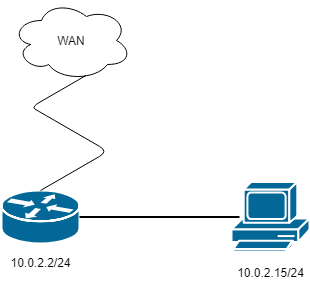
This is cwiczenia-1/Schemat_sieci.png from csterkowiec/sk-2019, a draw.io export, as it was before one commit. Source tidied: cells renumbered, new cells last; positions are measured from the earlier drawing's top-left corner, leaving out a move shared by most shapes. The source it was exported from:
```xml
<mxGraphModel background="#ffffff">
  <root>
    <mxCell id="0" />
    <mxCell id="1" parent="0" />
    <mxCell id="2" style="shape=mxgraph.cisco.computers_and_peripherals.pc;html=1;dashed=0;fillColor=#036897;strokeColor=#ffffff;strokeWidth=2;verticalLabelPosition=bottom;verticalAlign=top;align=center;outlineConnect=0;" parent="1" vertex="1">
      <mxGeometry x="230" y="181.5" width="78" height="70" as="geometry" />
    </mxCell>
    <mxCell id="3" style="shape=mxgraph.cisco.routers.router;html=1;dashed=0;fillColor=#036897;strokeColor=#ffffff;strokeWidth=2;verticalLabelPosition=bottom;verticalAlign=top;align=center;outlineConnect=0;" parent="1" vertex="1">
      <mxGeometry y="190" width="78" height="53" as="geometry" />
    </mxCell>
    <mxCell id="4" value="WAN" style="ellipse;shape=cloud;whiteSpace=wrap;html=1;" parent="1" vertex="1">
      <mxGeometry x="10" width="120" height="80" as="geometry" />
    </mxCell>
    <mxCell id="5" style="edgeStyle=isometricEdgeStyle;endArrow=none;html=1;exitX=0.5;exitY=0;exitDx=0;exitDy=0;exitPerimeter=0;" parent="1" edge="1" source="3">
      <mxGeometry relative="1" as="geometry">
        <mxPoint x="84.5" y="75" as="targetPoint" />
        <Array as="points">
          <mxPoint x="44.5" y="115" />
        </Array>
      </mxGeometry>
    </mxCell>
    <mxCell id="6" style="line;strokeWidth=2;html=1;" parent="1" vertex="1">
      <mxGeometry x="78" y="211.5" width="160" height="10" as="geometry" />
    </mxCell>
    <mxCell id="7" value="10.0.2.2/24" style="text;html=1;strokeColor=none;fillColor=none;align=center;verticalAlign=middle;whiteSpace=wrap;rounded=0;" parent="1" vertex="1">
      <mxGeometry x="19" y="251.5" width="40" height="20" as="geometry" />
    </mxCell>
    <mxCell id="8" value="10.0.2.15/24&lt;br&gt;" style="text;html=1;strokeColor=none;fillColor=none;align=center;verticalAlign=middle;whiteSpace=wrap;rounded=0;" parent="1" vertex="1">
      <mxGeometry x="249" y="261.5" width="40" height="20" as="geometry" />
    </mxCell>
  </root>
</mxGraphModel>
```
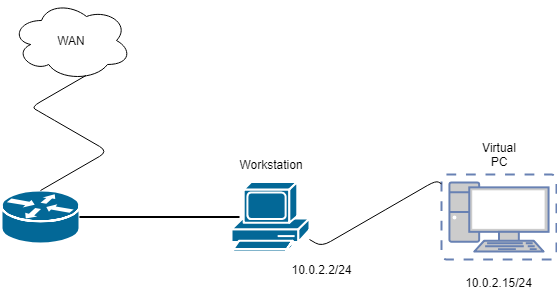
The same file after the commit.

Change to the diagram source:
```diff
@@ -23,10 +23,28 @@
       <mxGeometry x="78" y="211.5" width="160" height="10" as="geometry" />
     </mxCell>
     <mxCell id="7" value="10.0.2.2/24" style="text;html=1;strokeColor=none;fillColor=none;align=center;verticalAlign=middle;whiteSpace=wrap;rounded=0;" parent="1" vertex="1">
-      <mxGeometry x="19" y="251.5" width="40" height="20" as="geometry" />
+      <mxGeometry x="300" y="259" width="40" height="20" as="geometry" />
     </mxCell>
     <mxCell id="8" value="10.0.2.15/24&lt;br&gt;" style="text;html=1;strokeColor=none;fillColor=none;align=center;verticalAlign=middle;whiteSpace=wrap;rounded=0;" parent="1" vertex="1">
-      <mxGeometry x="249" y="261.5" width="40" height="20" as="geometry" />
+      <mxGeometry x="477.5" y="271.5" width="40" height="20" as="geometry" />
     </mxCell>
+    <mxCell id="9" style="fontColor=#0066CC;verticalAlign=top;verticalLabelPosition=bottom;labelPosition=center;align=center;html=1;outlineConnect=0;fillColor=#CCCCCC;strokeColor=#6881B3;gradientColor=none;gradientDirection=north;strokeWidth=2;shape=mxgraph.networks.virtual_pc;" parent="1" vertex="1">
+      <mxGeometry x="440" y="174" width="115" height="85" as="geometry" />
+    </mxCell>
+    <mxCell id="10" style="edgeStyle=isometricEdgeStyle;endArrow=none;html=1;elbow=vertical;" parent="1" edge="1" source="2" target="9">
+      <mxGeometry relative="1" as="geometry">
+        <Array as="points">
+          <mxPoint x="393" y="204" />
+          <mxPoint x="373" y="154" />
+          <mxPoint x="393" y="174" />
+        </Array>
+      </mxGeometry>
+    </mxCell>
+    <mxCell id="11" value="Virtual PC&lt;br&gt;" style="text;html=1;strokeColor=none;fillColor=none;align=center;verticalAlign=middle;whiteSpace=wrap;rounded=0;" parent="1" vertex="1">
+      <mxGeometry x="477.5" y="144" width="40" height="20" as="geometry" />
+    </mxCell>
+    <mxCell id="12" value="Workstation&lt;br&gt;" style="text;html=1;strokeColor=none;fillColor=none;align=center;verticalAlign=middle;whiteSpace=wrap;rounded=0;" parent="1" vertex="1">
+      <mxGeometry x="249" y="154" width="40" height="20" as="geometry" />
+    </mxCell>
   </root>
 </mxGraphModel>
```
